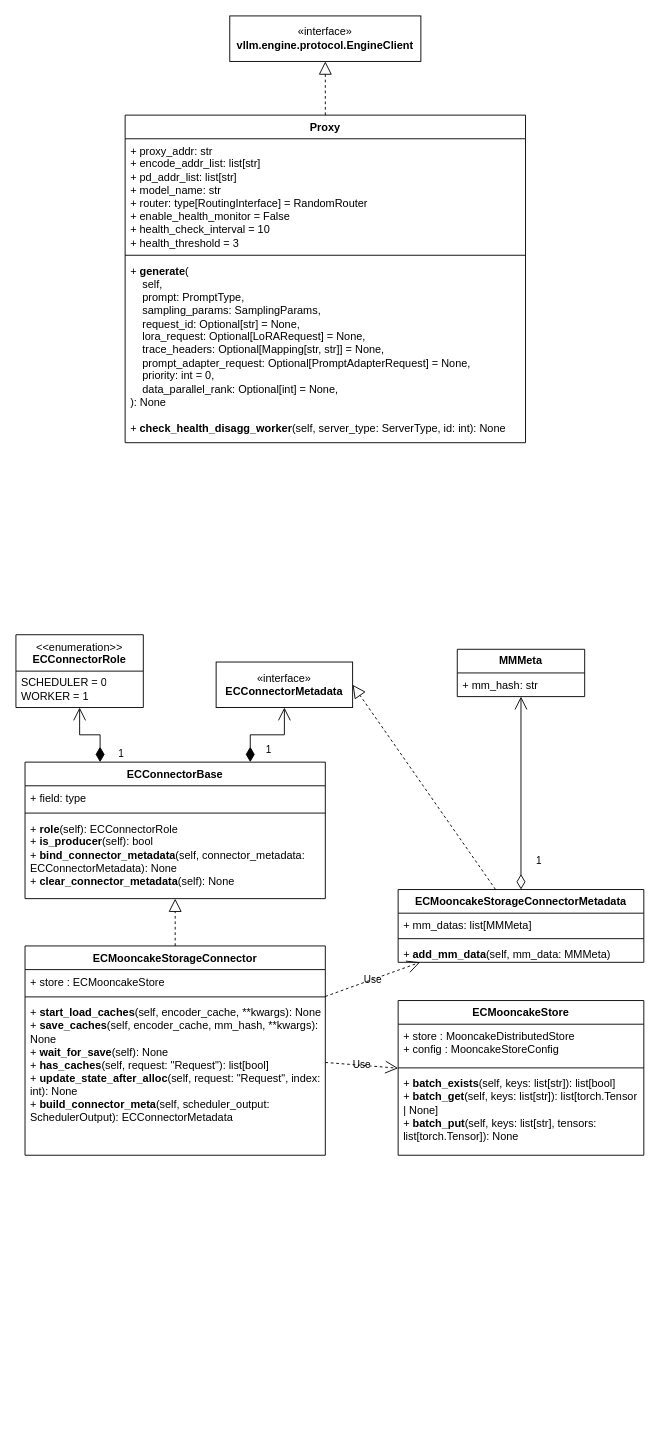
Before: EPD_Design_UML.drawio in wuhang2014/design_docs, a draw.io diagram. Source tidied: cells renumbered, new cells numbered last; positions are measured from the earlier drawing's top-left corner, leaving out a move shared by most shapes. Both pictures are drawn from the tidied source at 91%, with x=0, y=0 at pixel (15, 15).
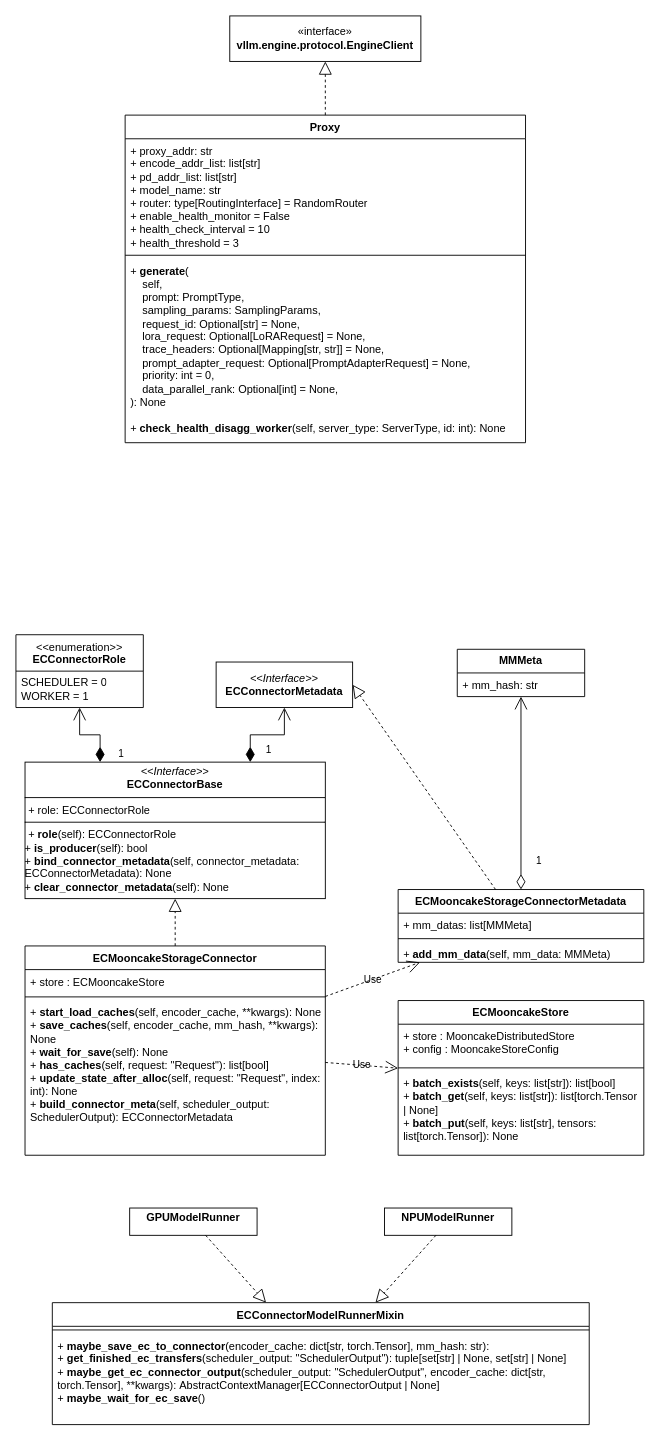
After the change.

Unchanged cells that the change refers to:
```xml
<mxCell id="8" value="&amp;lt;&amp;lt;enumeration&amp;gt;&amp;gt;&lt;br&gt;&lt;b&gt;ECConnectorRole&lt;/b&gt;" style="swimlane;fontStyle=0;align=center;verticalAlign=top;horizontal=1;startSize=40;html=1;whiteSpace=wrap;labelBackgroundColor=none;" parent="1" vertex="1">
  <mxGeometry y="680" width="140" height="80" as="geometry" />
</mxCell>
<mxCell id="13" value="ECMooncakeStorageConnector" style="swimlane;fontStyle=1;align=center;verticalAlign=top;horizontal=1;startSize=26;whiteSpace=wrap;html=1;labelBackgroundColor=none;" parent="1" vertex="1">
  <mxGeometry x="10" y="1022" width="330" height="230" as="geometry" />
</mxCell>
```

The edit, as a diff of the source:
```diff
@@
-    <mxCell id="10" value="«interface»&lt;br&gt;&lt;b&gt;ECConnectorMetadata&lt;/b&gt;" style="html=1;whiteSpace=wrap;labelBackgroundColor=none;" parent="1" vertex="1">
+    <mxCell id="10" value="&lt;i&gt;&amp;lt;&amp;lt;Interface&amp;gt;&amp;gt;&lt;/i&gt;&lt;br&gt;&lt;b&gt;ECConnectorMetadata&lt;/b&gt;" style="html=1;whiteSpace=wrap;labelBackgroundColor=none;" parent="1" vertex="1">
       <mxGeometry x="220" y="710" width="150" height="50" as="geometry" />
     </mxCell>
-    <mxCell id="11" value="1" style="endArrow=open;html=1;endSize=12;startArrow=diamondThin;startSize=14;startFill=1;edgeStyle=orthogonalEdgeStyle;align=left;verticalAlign=bottom;rounded=0;labelBackgroundColor=none;fontColor=default;exitX=0.25;exitY=0;exitDx=0;exitDy=0;" parent="1" edge="1" source="23" target="8">
+    <mxCell id="11" value="1" style="endArrow=open;html=1;endSize=12;startArrow=diamondThin;startSize=14;startFill=1;edgeStyle=orthogonalEdgeStyle;align=left;verticalAlign=bottom;rounded=0;labelBackgroundColor=none;fontColor=default;exitX=0.25;exitY=0;exitDx=0;exitDy=0;" parent="1" edge="1" source="39" target="8">
       <mxGeometry x="-1" y="-17" relative="1" as="geometry">
         <mxPoint x="1" as="offset" />
       </mxGeometry>
     </mxCell>
-    <mxCell id="12" value="1" style="endArrow=open;html=1;endSize=12;startArrow=diamondThin;startSize=14;startFill=1;edgeStyle=orthogonalEdgeStyle;align=left;verticalAlign=bottom;rounded=0;labelBackgroundColor=none;fontColor=default;entryX=0.5;entryY=1;entryDx=0;entryDy=0;exitX=0.75;exitY=0;exitDx=0;exitDy=0;" parent="1" edge="1" source="23" target="10">
+    <mxCell id="12" value="1" style="endArrow=open;html=1;endSize=12;startArrow=diamondThin;startSize=14;startFill=1;edgeStyle=orthogonalEdgeStyle;align=left;verticalAlign=bottom;rounded=0;labelBackgroundColor=none;fontColor=default;entryX=0.5;entryY=1;entryDx=0;entryDy=0;exitX=0.75;exitY=0;exitDx=0;exitDy=0;" parent="1" edge="1" source="39" target="10">
       <mxGeometry x="-0.89" y="-15" relative="1" as="geometry" />
     </mxCell>
@@
-    <mxCell id="17" style="endArrow=block;dashed=1;endFill=0;endSize=12;html=1;rounded=0;labelBackgroundColor=none;fontColor=default;" parent="1" edge="1" source="13" target="23">
+    <mxCell id="17" style="endArrow=block;dashed=1;endFill=0;endSize=12;html=1;rounded=0;labelBackgroundColor=none;fontColor=default;entryX=0.5;entryY=1;entryDx=0;entryDy=0;" parent="1" edge="1" source="13" target="39">
       <mxGeometry relative="1" as="geometry" />
     </mxCell>
@@
-    <mxCell id="23" value="ECConnectorBase" style="swimlane;fontStyle=1;align=center;verticalAlign=top;horizontal=1;startSize=26;whiteSpace=wrap;html=1;labelBackgroundColor=none;" parent="1" vertex="1">
-      <mxGeometry x="10" y="820" width="330" height="150" as="geometry" />
-    </mxCell>
-    <mxCell id="24" value="+ field: type" style="text;strokeColor=none;fillColor=none;align=left;verticalAlign=top;spacingLeft=4;spacingRight=4;overflow=hidden;whiteSpace=wrap;html=1;labelBackgroundColor=none;" parent="23" vertex="1">
-      <mxGeometry y="26" width="330" height="26" as="geometry" />
-    </mxCell>
-    <mxCell id="25" style="line;strokeWidth=1;fillColor=none;align=left;verticalAlign=middle;spacingTop=-1;spacingLeft=3;spacingRight=3;labelPosition=right;labelBackgroundColor=none;" parent="23" vertex="1">
-      <mxGeometry y="52" width="330" height="8" as="geometry" />
-    </mxCell>
-    <mxCell id="26" value="+ &lt;b&gt;role&lt;/b&gt;(self): ECConnectorRole&lt;div&gt;+&amp;nbsp;&lt;b&gt;is_producer&lt;/b&gt;(self): bool&lt;/div&gt;&lt;div&gt;+&amp;nbsp;&lt;b&gt;bind_connector_metadata&lt;/b&gt;(self, connector_metadata: ECConnectorMetadata): None&lt;/div&gt;&lt;div&gt;+&amp;nbsp;&lt;b&gt;clear_connector_metadata&lt;/b&gt;(self): None&lt;/div&gt;" style="text;strokeColor=none;fillColor=none;align=left;verticalAlign=top;spacingLeft=4;spacingRight=4;overflow=hidden;whiteSpace=wrap;html=1;labelBackgroundColor=none;" parent="23" vertex="1">
-      <mxGeometry y="60" width="330" height="90" as="geometry" />
-    </mxCell>
@@
+    <mxCell id="36" value="ECConnectorModelRunnerMixin" style="swimlane;fontStyle=1;align=center;verticalAlign=top;horizontal=1;startSize=26;whiteSpace=wrap;html=1;" parent="1" vertex="1">
+      <mxGeometry x="40" y="1414" width="590" height="134" as="geometry" />
+    </mxCell>
+    <mxCell id="37" style="line;strokeWidth=1;fillColor=none;align=left;verticalAlign=middle;spacingTop=-1;spacingLeft=3;spacingRight=3;labelPosition=right;strokeColor=inherit;" parent="36" vertex="1">
+      <mxGeometry y="26" width="590" height="8" as="geometry" />
+    </mxCell>
+    <mxCell id="38" value="+ &lt;b&gt;maybe_save_ec_to_connector&lt;/b&gt;(encoder_cache: dict[str, torch.Tensor], mm_hash: str):&lt;div&gt;+&amp;nbsp;&lt;b&gt;get_finished_ec_transfers&lt;/b&gt;(scheduler_output: &quot;SchedulerOutput&quot;):&amp;nbsp;tuple[set[str] | None, set[str] | None]&lt;/div&gt;&lt;div&gt;+&amp;nbsp;&lt;b&gt;maybe_get_ec_connector_output&lt;/b&gt;(scheduler_output: &quot;SchedulerOutput&quot;, encoder_cache: dict[str, torch.Tensor], **kwargs):&amp;nbsp;AbstractContextManager[ECConnectorOutput | None]&lt;/div&gt;&lt;div&gt;+&amp;nbsp;&lt;b&gt;maybe_wait_for_ec_save&lt;/b&gt;()&lt;/div&gt;" style="text;strokeColor=none;fillColor=none;align=left;verticalAlign=top;spacingLeft=4;spacingRight=4;overflow=hidden;whiteSpace=wrap;html=1;" parent="36" vertex="1">
+      <mxGeometry y="34" width="590" height="100" as="geometry" />
+    </mxCell>
+    <mxCell id="39" value="&lt;p style=&quot;margin:0px;margin-top:4px;text-align:center;&quot;&gt;&lt;i&gt;&amp;lt;&amp;lt;Interface&amp;gt;&amp;gt;&lt;/i&gt;&lt;br&gt;&lt;span style=&quot;font-weight: 700;&quot;&gt;ECConnectorBase&lt;/span&gt;&lt;/p&gt;&lt;hr size=&quot;1&quot; style=&quot;border-style:solid;&quot;&gt;&lt;p style=&quot;margin:0px;margin-left:4px;&quot;&gt;+ role: ECConnectorRole&lt;br&gt;&lt;/p&gt;&lt;hr size=&quot;1&quot; style=&quot;border-style:solid;&quot;&gt;&lt;p style=&quot;margin:0px;margin-left:4px;&quot;&gt;+&amp;nbsp;&lt;b&gt;role&lt;/b&gt;(self): ECConnectorRole&lt;/p&gt;&lt;div&gt;+&amp;nbsp;&lt;b&gt;is_producer&lt;/b&gt;(self): bool&lt;/div&gt;&lt;div&gt;+&amp;nbsp;&lt;b&gt;bind_connector_metadata&lt;/b&gt;(self, connector_metadata: ECConnectorMetadata): None&lt;/div&gt;&lt;div&gt;+&amp;nbsp;&lt;b&gt;clear_connector_metadata&lt;/b&gt;(self): None&lt;/div&gt;" style="verticalAlign=top;align=left;overflow=fill;html=1;whiteSpace=wrap;" parent="1" vertex="1">
+      <mxGeometry x="10" y="820" width="330" height="150" as="geometry" />
+    </mxCell>
+    <mxCell id="40" value="&lt;p style=&quot;margin:0px;margin-top:4px;text-align:center;&quot;&gt;&lt;b&gt;NPUModelRunner&lt;/b&gt;&lt;/p&gt;" style="verticalAlign=top;align=left;overflow=fill;html=1;whiteSpace=wrap;" parent="1" vertex="1">
+      <mxGeometry x="405" y="1310" width="140" height="30" as="geometry" />
+    </mxCell>
+    <mxCell id="41" value="&lt;p style=&quot;margin:0px;margin-top:4px;text-align:center;&quot;&gt;&lt;b&gt;GPUModelRunner&lt;/b&gt;&lt;/p&gt;" style="verticalAlign=top;align=left;overflow=fill;html=1;whiteSpace=wrap;" parent="1" vertex="1">
+      <mxGeometry x="125" y="1310" width="140" height="30" as="geometry" />
+    </mxCell>
+    <mxCell id="42" style="endArrow=block;dashed=1;endFill=0;endSize=12;html=1;rounded=0;" parent="1" edge="1" source="41" target="36">
+      <mxGeometry relative="1" as="geometry" />
+    </mxCell>
+    <mxCell id="43" style="endArrow=block;dashed=1;endFill=0;endSize=12;html=1;rounded=0;" parent="1" edge="1" source="40" target="36">
+      <mxGeometry relative="1" as="geometry" />
+    </mxCell>
```
